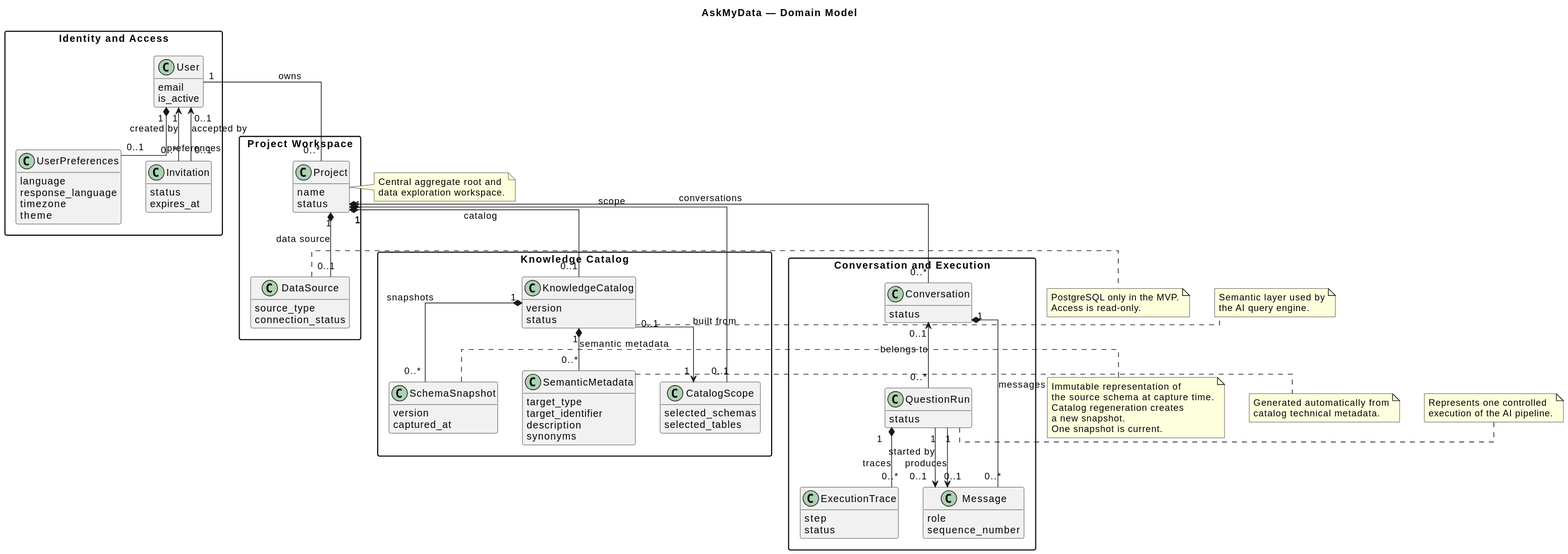
Earlier version of the PlantUML export docs/diagrams/generated/AskMyData_Domain_Model.svg (MarinePernici/askmydata).
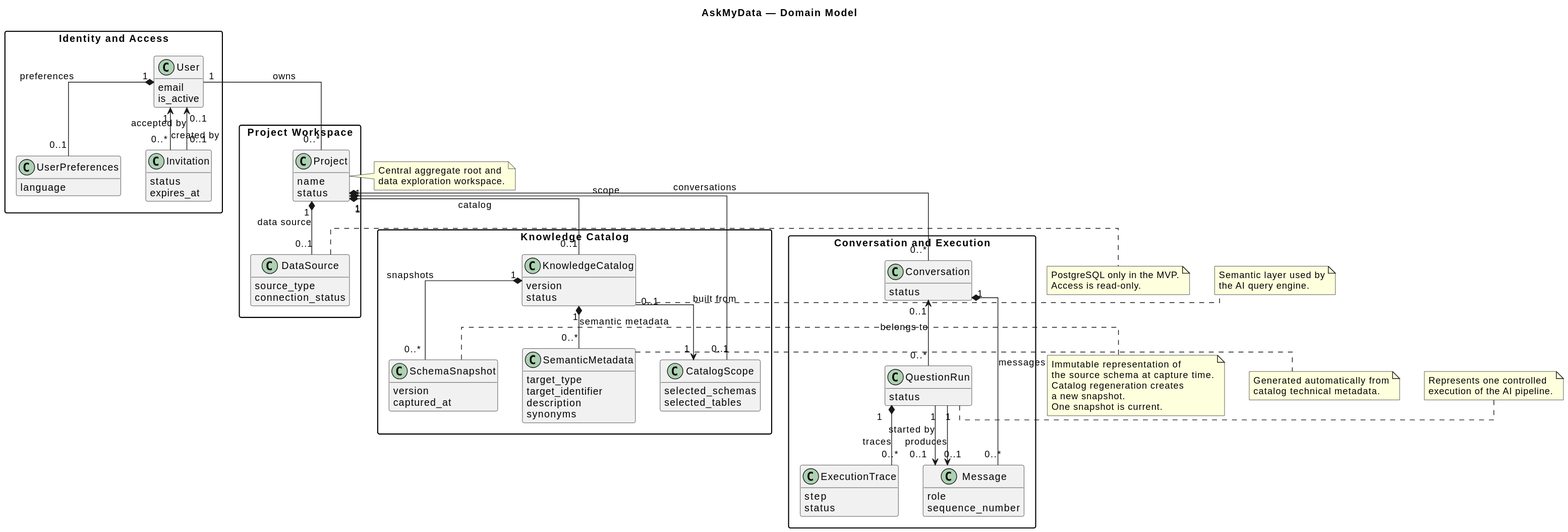
After the commit.

The edit, as a diff of the source:
```diff
@@ -17,9 +17,6 @@
 
   class UserPreferences {
     language
-    response_language
-    timezone
-    theme
   }
 
   class Invitation {
```
